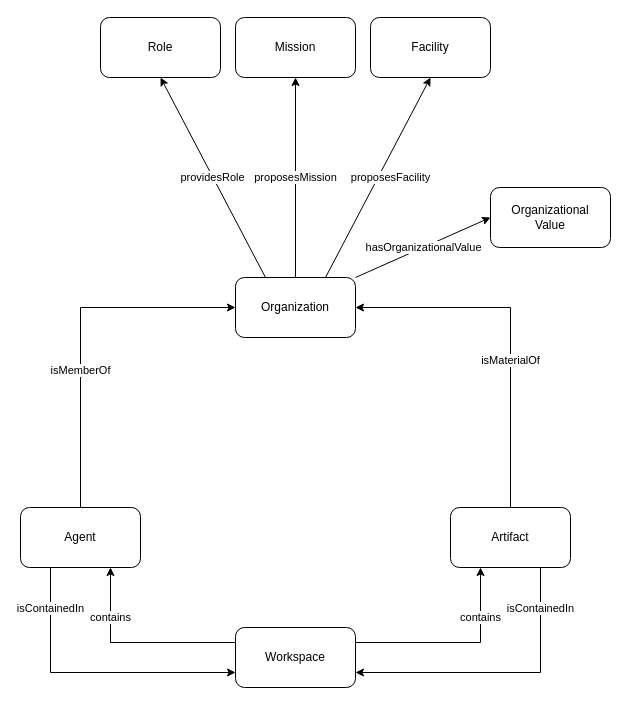
HyperAgents/hmas keeps this draw.io diagram as domains/logistics/create-organization/create-organization.drawio. Above is the earlier version. Source tidied: cells renumbered, new cells numbered last; positions are measured from the earlier drawing's top-left corner, leaving out a move shared by most shapes. Both pictures are drawn from the tidied source at 100%, with x=0, y=0 at pixel (20, 17).
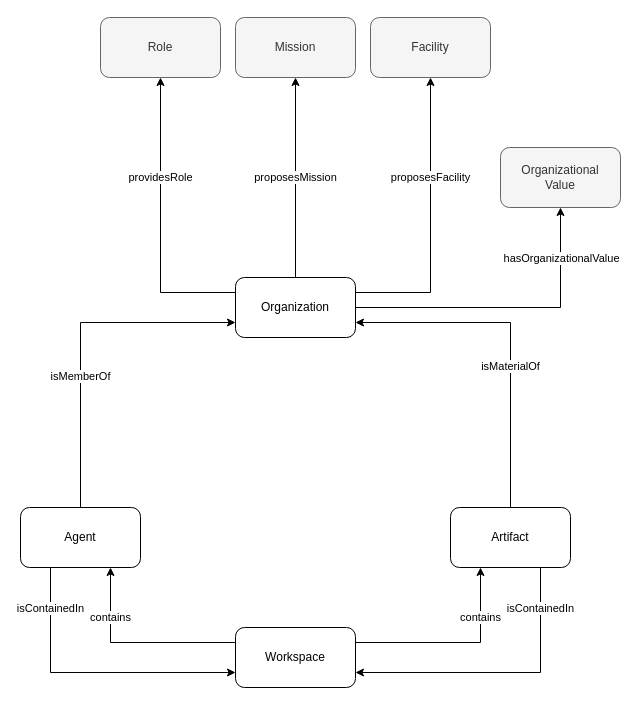
Above is the later version.

Commit message (it also covers changes not shown here):
Remove organization profiles from Workspace

Unchanged cells that the change refers to:
```xml
<mxCell id="6" value="Organization" style="rounded=1;whiteSpace=wrap;html=1;" parent="1" vertex="1">
  <mxGeometry x="215" y="260" width="120" height="60" as="geometry" />
</mxCell>
<mxCell id="11" value="Agent" style="rounded=1;whiteSpace=wrap;html=1;" parent="1" vertex="1">
  <mxGeometry y="490" width="120" height="60" as="geometry" />
</mxCell>
<mxCell id="14" value="Artifact" style="rounded=1;whiteSpace=wrap;html=1;" parent="1" vertex="1">
  <mxGeometry x="430" y="490" width="120" height="60" as="geometry" />
</mxCell>
```

What changed in the source:
```diff
@@
-    <mxCell id="2" value="providesRole" style="rounded=0;jettySize=auto;html=1;entryX=0.5;entryY=1;entryDx=0;entryDy=0;exitX=0.25;exitY=0;exitDx=0;exitDy=0;" parent="1" edge="1" source="6" target="7">
-      <mxGeometry relative="1" as="geometry" />
+    <mxCell id="2" value="providesRole" style="rounded=0;jettySize=auto;html=1;entryX=0.5;entryY=1;entryDx=0;entryDy=0;exitX=0;exitY=0.25;exitDx=0;exitDy=0;edgeStyle=orthogonalEdgeStyle;" parent="1" edge="1" source="6" target="7">
+      <mxGeometry x="0.31" relative="1" as="geometry" />
     </mxCell>
-    <mxCell id="3" value="proposesMission" style="edgeStyle=none;rounded=0;jettySize=auto;html=1;exitX=0.5;exitY=0;exitDx=0;exitDy=0;entryX=0.5;entryY=1;entryDx=0;entryDy=0;" parent="1" edge="1" source="6" target="8">
+    <mxCell id="3" value="proposesMission" style="edgeStyle=orthogonalEdgeStyle;rounded=0;jettySize=auto;html=1;exitX=0.5;exitY=0;exitDx=0;exitDy=0;entryX=0.5;entryY=1;entryDx=0;entryDy=0;" parent="1" edge="1" source="6" target="8">
       <mxGeometry relative="1" as="geometry" />
     </mxCell>
-    <mxCell id="4" value="proposesFacility" style="edgeStyle=none;rounded=0;jettySize=auto;html=1;exitX=0.75;exitY=0;exitDx=0;exitDy=0;entryX=0.5;entryY=1;entryDx=0;entryDy=0;startArrow=none;startFill=0;endArrow=classic;endFill=1;" parent="1" edge="1" source="6" target="15">
-      <mxGeometry x="0.05" y="-11" relative="1" as="geometry" />
+    <mxCell id="4" value="proposesFacility" style="edgeStyle=orthogonalEdgeStyle;rounded=0;jettySize=auto;html=1;exitX=1;exitY=0.25;exitDx=0;exitDy=0;entryX=0.5;entryY=1;entryDx=0;entryDy=0;startArrow=none;startFill=0;endArrow=classic;endFill=1;" parent="1" edge="1" source="6" target="15">
+      <mxGeometry x="0.31" relative="1" as="geometry" />
     </mxCell>
-    <mxCell id="5" value="hasOrganizationalValue" style="rounded=0;jettySize=auto;html=1;exitX=1;exitY=0;exitDx=0;exitDy=0;entryX=0;entryY=0.5;entryDx=0;entryDy=0;" parent="1" edge="1" source="6" target="16">
-      <mxGeometry relative="1" as="geometry" />
+    <mxCell id="5" style="rounded=0;jettySize=auto;html=1;exitX=1;exitY=0.5;exitDx=0;exitDy=0;entryX=0.5;entryY=1;entryDx=0;entryDy=0;edgeStyle=orthogonalEdgeStyle;" parent="1" edge="1" source="6" target="16">
+      <mxGeometry relative="1" as="geometry">
+        <Array as="points">
+          <mxPoint x="540" y="290" />
+        </Array>
+      </mxGeometry>
     </mxCell>
+    <mxCell id="20" value="hasOrganizationalValue" style="edgeLabel;html=1;align=center;verticalAlign=middle;" parent="5" vertex="1">
+      <mxGeometry x="0.41" y="2" relative="1" as="geometry">
+        <mxPoint x="2" y="-40" as="offset" />
+      </mxGeometry>
+    </mxCell>
@@
-    <mxCell id="7" value="Role" style="rounded=1;whiteSpace=wrap;html=1;" parent="1" vertex="1">
+    <mxCell id="7" value="Role" style="rounded=1;whiteSpace=wrap;html=1;fillColor=#f5f5f5;fontColor=#333333;strokeColor=#666666;" parent="1" vertex="1">
       <mxGeometry x="80" width="120" height="60" as="geometry" />
     </mxCell>
-    <mxCell id="8" value="Mission" style="rounded=1;whiteSpace=wrap;html=1;" parent="1" vertex="1">
+    <mxCell id="8" value="Mission" style="rounded=1;whiteSpace=wrap;html=1;fillColor=#f5f5f5;fontColor=#333333;strokeColor=#666666;" parent="1" vertex="1">
       <mxGeometry x="215" width="120" height="60" as="geometry" />
     </mxCell>
-    <mxCell id="9" value="isMemberOf" style="edgeStyle=orthogonalEdgeStyle;rounded=0;jettySize=auto;html=1;exitX=0.5;exitY=0;exitDx=0;exitDy=0;entryX=0;entryY=0.5;entryDx=0;entryDy=0;" parent="1" edge="1" source="11" target="6">
+    <mxCell id="9" value="isMemberOf" style="edgeStyle=orthogonalEdgeStyle;rounded=0;jettySize=auto;html=1;exitX=0.5;exitY=0;exitDx=0;exitDy=0;entryX=0;entryY=0.75;entryDx=0;entryDy=0;" parent="1" edge="1" source="11" target="6">
       <mxGeometry x="-0.23" relative="1" as="geometry" />
     </mxCell>
@@
-    <mxCell id="12" value="isMaterialOf" style="edgeStyle=orthogonalEdgeStyle;rounded=0;jettySize=auto;html=1;exitX=0.5;exitY=0;exitDx=0;exitDy=0;entryX=1;entryY=0.5;entryDx=0;entryDy=0;" parent="1" edge="1" source="14" target="6">
+    <mxCell id="12" value="isMaterialOf" style="edgeStyle=orthogonalEdgeStyle;rounded=0;jettySize=auto;html=1;exitX=0.5;exitY=0;exitDx=0;exitDy=0;entryX=1;entryY=0.75;entryDx=0;entryDy=0;" parent="1" edge="1" source="14" target="6">
       <mxGeometry x="-0.17" relative="1" as="geometry" />
     </mxCell>
@@
-    <mxCell id="15" value="Facility" style="rounded=1;whiteSpace=wrap;html=1;" parent="1" vertex="1">
+    <mxCell id="15" value="Facility" style="rounded=1;whiteSpace=wrap;html=1;fillColor=#f5f5f5;fontColor=#333333;strokeColor=#666666;" parent="1" vertex="1">
       <mxGeometry x="350" width="120" height="60" as="geometry" />
     </mxCell>
-    <mxCell id="16" value="&lt;div&gt;Organizational&lt;/div&gt;&lt;div&gt;Value&lt;br&gt;&lt;/div&gt;" style="rounded=1;whiteSpace=wrap;html=1;" parent="1" vertex="1">
-      <mxGeometry x="470" y="170" width="120" height="60" as="geometry" />
+    <mxCell id="16" value="&lt;div&gt;Organizational&lt;/div&gt;&lt;div&gt;Value&lt;br&gt;&lt;/div&gt;" style="rounded=1;whiteSpace=wrap;html=1;fillColor=#f5f5f5;fontColor=#333333;strokeColor=#666666;" parent="1" vertex="1">
+      <mxGeometry x="480" y="130" width="120" height="60" as="geometry" />
     </mxCell>
```
